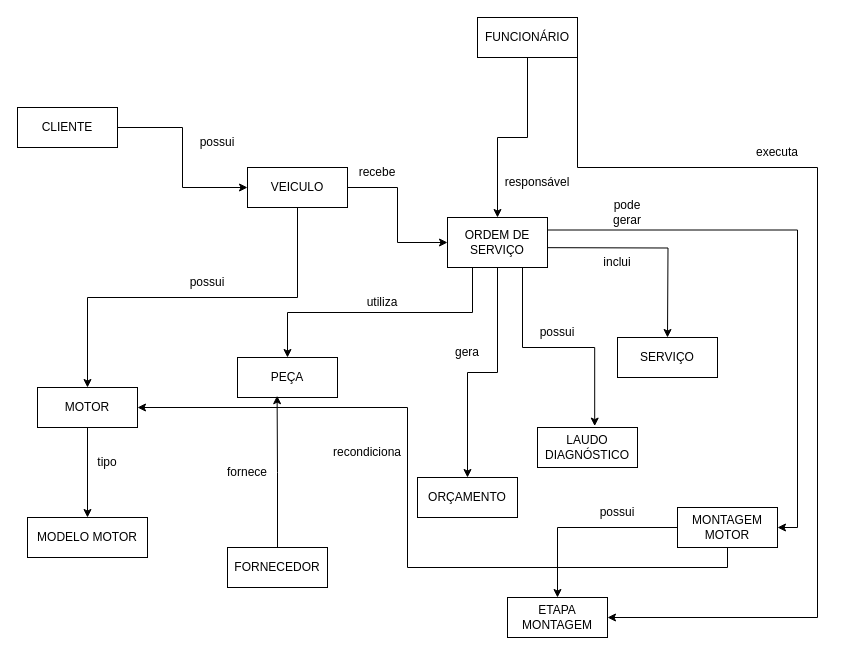
The draw.io diagram docs/database/diagrams/01-diagrama-simples.drawio in Tittozo/Project-FeioDiesel, before the edit. Source tidied: cells renumbered, new cells numbered last; positions are measured from the earlier drawing's top-left corner, leaving out a move shared by most shapes. Both pictures are drawn from the tidied source at 100%, with x=0, y=0 at pixel (17, 17).
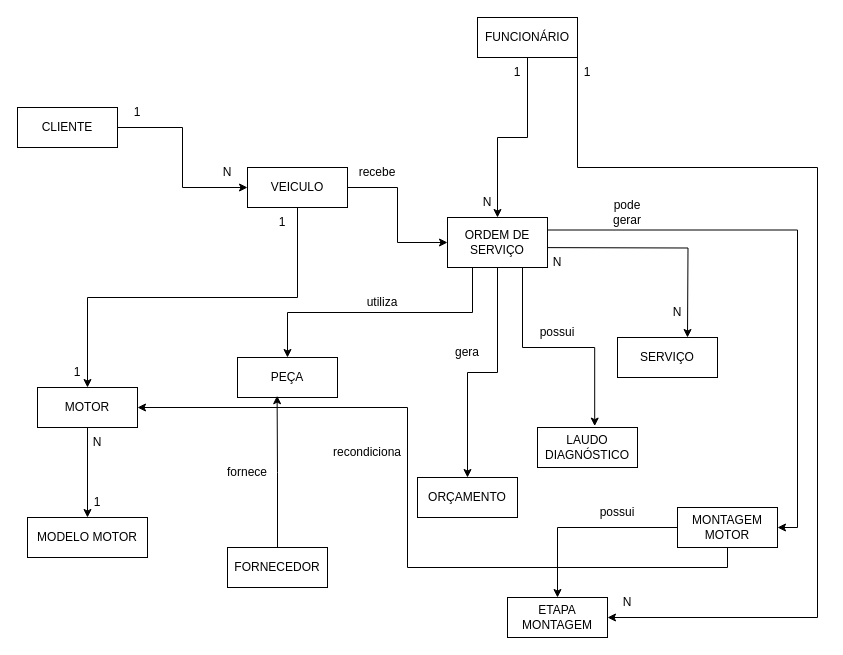
The same diagram, later.

Change to the diagram source:
```diff
@@
     <mxCell id="8" style="edgeStyle=orthogonalEdgeStyle;rounded=0;orthogonalLoop=1;jettySize=auto;html=1;exitX=0.5;exitY=1;exitDx=0;exitDy=0;entryX=0.5;entryY=0;entryDx=0;entryDy=0;" parent="1" edge="1">
       <mxGeometry relative="1" as="geometry">
-        <mxPoint x="470" y="230" as="sourcePoint" />
-        <mxPoint x="650" y="320" as="targetPoint" />
+        <mxPoint x="490" y="230" as="sourcePoint" />
+        <mxPoint x="670" y="320" as="targetPoint" />
       </mxGeometry>
     </mxCell>
@@
-    <mxCell id="12" value="possui" style="text;html=1;whiteSpace=wrap;strokeColor=none;fillColor=none;align=center;verticalAlign=middle;rounded=0;" parent="1" vertex="1">
-      <mxGeometry x="170" y="110" width="60" height="30" as="geometry" />
-    </mxCell>
@@
-    <mxCell id="15" value="inclui" style="text;html=1;whiteSpace=wrap;strokeColor=none;fillColor=none;align=center;verticalAlign=middle;rounded=0;" parent="1" vertex="1">
-      <mxGeometry x="570" y="230" width="60" height="30" as="geometry" />
-    </mxCell>
@@
-    <mxCell id="21" value="responsável" style="text;html=1;whiteSpace=wrap;strokeColor=none;fillColor=none;align=center;verticalAlign=middle;rounded=0;" parent="1" vertex="1">
-      <mxGeometry x="490" y="150" width="60" height="30" as="geometry" />
-    </mxCell>
@@
-    <mxCell id="24" value="possui" style="text;html=1;whiteSpace=wrap;strokeColor=none;fillColor=none;align=center;verticalAlign=middle;rounded=0;" parent="1" vertex="1">
-      <mxGeometry x="160" y="250" width="60" height="30" as="geometry" />
-    </mxCell>
@@
-    <mxCell id="26" value="tipo" style="text;html=1;whiteSpace=wrap;strokeColor=none;fillColor=none;align=center;verticalAlign=middle;rounded=0;" parent="1" vertex="1">
-      <mxGeometry x="60" y="430" width="60" height="30" as="geometry" />
-    </mxCell>
@@
-    <mxCell id="41" value="executa" style="text;html=1;whiteSpace=wrap;strokeColor=none;fillColor=none;align=center;verticalAlign=middle;rounded=0;" parent="1" vertex="1">
-      <mxGeometry x="730" y="120" width="60" height="30" as="geometry" />
-    </mxCell>
@@
+    <mxCell id="43" value="1" style="text;html=1;whiteSpace=wrap;strokeColor=none;fillColor=none;align=center;verticalAlign=middle;rounded=0;" parent="1" vertex="1">
+      <mxGeometry x="90" y="80" width="60" height="30" as="geometry" />
+    </mxCell>
+    <mxCell id="44" value="N" style="text;html=1;whiteSpace=wrap;strokeColor=none;fillColor=none;align=center;verticalAlign=middle;rounded=0;" parent="1" vertex="1">
+      <mxGeometry x="190" y="140" width="40" height="30" as="geometry" />
+    </mxCell>
+    <mxCell id="45" value="1" style="text;html=1;whiteSpace=wrap;strokeColor=none;fillColor=none;align=center;verticalAlign=middle;rounded=0;" parent="1" vertex="1">
+      <mxGeometry x="60" y="470" width="40" height="30" as="geometry" />
+    </mxCell>
+    <mxCell id="46" value="N" style="text;html=1;whiteSpace=wrap;strokeColor=none;fillColor=none;align=center;verticalAlign=middle;rounded=0;" parent="1" vertex="1">
+      <mxGeometry x="50" y="410" width="60" height="30" as="geometry" />
+    </mxCell>
+    <mxCell id="47" value="1" style="text;html=1;whiteSpace=wrap;strokeColor=none;fillColor=none;align=center;verticalAlign=middle;rounded=0;" parent="1" vertex="1">
+      <mxGeometry x="240" y="190" width="50" height="30" as="geometry" />
+    </mxCell>
+    <mxCell id="48" value="1" style="text;html=1;whiteSpace=wrap;strokeColor=none;fillColor=none;align=center;verticalAlign=middle;rounded=0;" parent="1" vertex="1">
+      <mxGeometry x="30" y="340" width="60" height="30" as="geometry" />
+    </mxCell>
+    <mxCell id="49" value="1" style="text;html=1;whiteSpace=wrap;strokeColor=none;fillColor=none;align=center;verticalAlign=middle;rounded=0;" parent="1" vertex="1">
+      <mxGeometry x="470" y="40" width="60" height="30" as="geometry" />
+    </mxCell>
+    <mxCell id="50" value="N" style="text;html=1;whiteSpace=wrap;strokeColor=none;fillColor=none;align=center;verticalAlign=middle;rounded=0;" parent="1" vertex="1">
+      <mxGeometry x="440" y="170" width="60" height="30" as="geometry" />
+    </mxCell>
+    <mxCell id="51" value="N" style="text;html=1;whiteSpace=wrap;strokeColor=none;fillColor=none;align=center;verticalAlign=middle;rounded=0;" parent="1" vertex="1">
+      <mxGeometry x="515" y="230" width="50" height="30" as="geometry" />
+    </mxCell>
+    <mxCell id="52" value="N" style="text;html=1;whiteSpace=wrap;strokeColor=none;fillColor=none;align=center;verticalAlign=middle;rounded=0;" parent="1" vertex="1">
+      <mxGeometry x="630" y="280" width="60" height="30" as="geometry" />
+    </mxCell>
+    <mxCell id="53" value="1" style="text;html=1;whiteSpace=wrap;strokeColor=none;fillColor=none;align=center;verticalAlign=middle;rounded=0;" parent="1" vertex="1">
+      <mxGeometry x="540" y="40" width="60" height="30" as="geometry" />
+    </mxCell>
+    <mxCell id="54" value="N" style="text;html=1;whiteSpace=wrap;strokeColor=none;fillColor=none;align=center;verticalAlign=middle;rounded=0;" parent="1" vertex="1">
+      <mxGeometry x="580" y="570" width="60" height="30" as="geometry" />
+    </mxCell>
```
